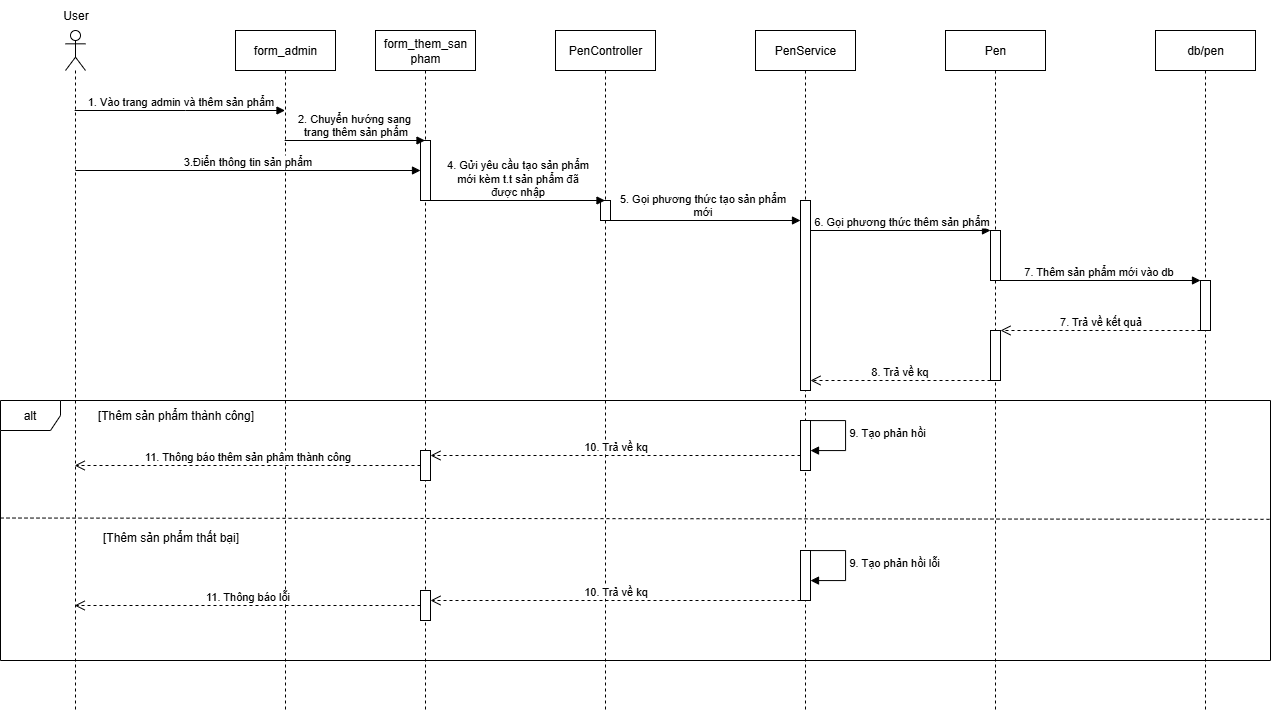
Before: themsp_sequence.drawio.png, a diagram exported from draw.io (huyga1185/but). Source tidied: cells renumbered, new cells last; positions are measured from the earlier drawing's top-left corner, leaving out a move shared by most shapes. Its diagram source:
```xml
<mxGraphModel>
  <root>
    <mxCell id="0" />
    <mxCell id="1" parent="0" />
    <mxCell id="2" style="shape=umlLifeline;perimeter=lifelinePerimeter;whiteSpace=wrap;html=1;outlineConnect=0;portConstraint=eastwest;newEdgeStyle={&quot;curved&quot;:0,&quot;rounded&quot;:0};participant=umlActor;" parent="1" vertex="1">
      <mxGeometry x="65" y="30" width="20" height="680" as="geometry" />
    </mxCell>
    <mxCell id="3" value="form_them_san&lt;br&gt;pham" style="shape=umlLifeline;perimeter=lifelinePerimeter;whiteSpace=wrap;html=1;newEdgeStyle={&quot;curved&quot;:0,&quot;rounded&quot;:0};" parent="1" vertex="1">
      <mxGeometry x="375" y="30" width="100" height="680" as="geometry" />
    </mxCell>
    <mxCell id="4" style="html=1;perimeter=orthogonalPerimeter;targetShapes=umlLifeline;newEdgeStyle={&quot;curved&quot;:0,&quot;rounded&quot;:0};" parent="3" vertex="1">
      <mxGeometry x="45" y="110" width="10" height="60" as="geometry" />
    </mxCell>
    <mxCell id="5" style="html=1;points=[[0,0,0,0,5],[0,1,0,0,-5],[1,0,0,0,5],[1,1,0,0,-5]];perimeter=orthogonalPerimeter;outlineConnect=0;targetShapes=umlLifeline;portConstraint=eastwest;newEdgeStyle={&quot;curved&quot;:0,&quot;rounded&quot;:0};" parent="3" vertex="1">
      <mxGeometry x="45" y="420" width="10" height="30" as="geometry" />
    </mxCell>
    <mxCell id="6" style="html=1;points=[[0,0,0,0,5],[0,1,0,0,-5],[1,0,0,0,5],[1,1,0,0,-5]];perimeter=orthogonalPerimeter;outlineConnect=0;targetShapes=umlLifeline;portConstraint=eastwest;newEdgeStyle={&quot;curved&quot;:0,&quot;rounded&quot;:0};" parent="3" vertex="1">
      <mxGeometry x="45" y="560" width="10" height="30" as="geometry" />
    </mxCell>
    <mxCell id="7" value="PenController" style="shape=umlLifeline;perimeter=lifelinePerimeter;whiteSpace=wrap;html=1;newEdgeStyle={&quot;curved&quot;:0,&quot;rounded&quot;:0};" parent="1" vertex="1">
      <mxGeometry x="555" y="30" width="100" height="680" as="geometry" />
    </mxCell>
    <mxCell id="8" style="html=1;perimeter=orthogonalPerimeter;targetShapes=umlLifeline;newEdgeStyle={&quot;curved&quot;:0,&quot;rounded&quot;:0};" parent="7" vertex="1">
      <mxGeometry x="45" y="170" width="10" height="20" as="geometry" />
    </mxCell>
    <mxCell id="9" value="Pen" style="shape=umlLifeline;perimeter=lifelinePerimeter;whiteSpace=wrap;html=1;newEdgeStyle={&quot;curved&quot;:0,&quot;rounded&quot;:0};" parent="1" vertex="1">
      <mxGeometry x="945" y="30" width="100" height="680" as="geometry" />
    </mxCell>
    <mxCell id="10" style="html=1;perimeter=orthogonalPerimeter;targetShapes=umlLifeline;newEdgeStyle={&quot;curved&quot;:0,&quot;rounded&quot;:0};" parent="9" vertex="1">
      <mxGeometry x="45" y="200" width="10" height="50" as="geometry" />
    </mxCell>
    <mxCell id="11" style="html=1;points=[[0,0,0,0,5],[0,1,0,0,-5],[1,0,0,0,5],[1,1,0,0,-5]];perimeter=orthogonalPerimeter;outlineConnect=0;targetShapes=umlLifeline;portConstraint=eastwest;newEdgeStyle={&quot;curved&quot;:0,&quot;rounded&quot;:0};" parent="9" vertex="1">
      <mxGeometry x="45" y="300" width="10" height="50" as="geometry" />
    </mxCell>
    <mxCell id="12" value="db/pen" style="shape=umlLifeline;perimeter=lifelinePerimeter;whiteSpace=wrap;html=1;newEdgeStyle={&quot;curved&quot;:0,&quot;rounded&quot;:0};" parent="1" vertex="1">
      <mxGeometry x="1155" y="30" width="100" height="680" as="geometry" />
    </mxCell>
    <mxCell id="13" style="html=1;points=[[0,0,0,0,5],[0,1,0,0,-5],[1,0,0,0,5],[1,1,0,0,-5]];perimeter=orthogonalPerimeter;outlineConnect=0;targetShapes=umlLifeline;portConstraint=eastwest;newEdgeStyle={&quot;curved&quot;:0,&quot;rounded&quot;:0};" parent="12" vertex="1">
      <mxGeometry x="45" y="250" width="10" height="50" as="geometry" />
    </mxCell>
    <mxCell id="14" value="User" style="text;html=1;align=center;verticalAlign=middle;strokeColor=none;fillColor=none;" parent="1" vertex="1">
      <mxGeometry x="50" width="50" height="30" as="geometry" />
    </mxCell>
    <mxCell id="15" value="&lt;font face=&quot;Helvetica&quot;&gt;1. Vào trang admin và thêm sản phẩm&lt;/font&gt;" style="html=1;verticalAlign=bottom;endArrow=block;curved=0;rounded=0;" parent="1" edge="1" source="2" target="17">
      <mxGeometry relative="1" as="geometry">
        <Array as="points">
          <mxPoint x="185" y="110" />
        </Array>
      </mxGeometry>
    </mxCell>
    <mxCell id="16" value="4. Gửi yêu cầu tạo sản phẩm&lt;br&gt;mới kèm t.t sản phẩm đã&lt;br&gt;được nhập" style="html=1;verticalAlign=bottom;endArrow=block;curved=0;rounded=0;" parent="1" edge="1">
      <mxGeometry relative="1" as="geometry">
        <mxPoint x="430" y="200" as="sourcePoint" />
        <mxPoint x="604.5" y="200" as="targetPoint" />
      </mxGeometry>
    </mxCell>
    <mxCell id="17" value="form_admin" style="shape=umlLifeline;perimeter=lifelinePerimeter;whiteSpace=wrap;html=1;outlineConnect=0;portConstraint=eastwest;newEdgeStyle={&quot;curved&quot;:0,&quot;rounded&quot;:0};" parent="1" vertex="1">
      <mxGeometry x="235" y="30" width="100" height="680" as="geometry" />
    </mxCell>
    <mxCell id="18" value="2. Chuyển hướng sang&amp;nbsp;&lt;br&gt;trang thêm sản phẩm" style="html=1;verticalAlign=bottom;endArrow=block;curved=0;rounded=0;" parent="1" edge="1" source="17">
      <mxGeometry relative="1" as="geometry">
        <mxPoint x="424.5" y="140" as="targetPoint" />
      </mxGeometry>
    </mxCell>
    <mxCell id="19" value="5. Gọi phương thức tạo sản phẩm&lt;br&gt;mới" style="html=1;verticalAlign=bottom;endArrow=block;curved=0;rounded=0;" parent="1" edge="1">
      <mxGeometry relative="1" as="geometry">
        <mxPoint x="604.9" y="220" as="sourcePoint" />
        <mxPoint x="800" y="220" as="targetPoint" />
      </mxGeometry>
    </mxCell>
    <mxCell id="20" value="7. Thêm sản phẩm mới vào db" style="html=1;verticalAlign=bottom;endArrow=block;curved=0;rounded=0;" parent="1" edge="1" target="13">
      <mxGeometry relative="1" as="geometry">
        <mxPoint x="995" y="280" as="sourcePoint" />
      </mxGeometry>
    </mxCell>
    <mxCell id="21" value="7. Trả về kết quả" style="html=1;verticalAlign=bottom;endArrow=open;dashed=1;endSize=8;curved=0;rounded=0;" parent="1" edge="1" source="13" target="11">
      <mxGeometry relative="1" as="geometry" />
    </mxCell>
    <mxCell id="22" value="PenService" style="shape=umlLifeline;perimeter=lifelinePerimeter;whiteSpace=wrap;html=1;newEdgeStyle={&quot;curved&quot;:0,&quot;rounded&quot;:0};" parent="1" vertex="1">
      <mxGeometry x="755" y="30" width="100" height="680" as="geometry" />
    </mxCell>
    <mxCell id="23" style="html=1;perimeter=orthogonalPerimeter;targetShapes=umlLifeline;newEdgeStyle={&quot;curved&quot;:0,&quot;rounded&quot;:0};" parent="22" vertex="1">
      <mxGeometry x="45" y="170" width="10" height="190" as="geometry" />
    </mxCell>
    <mxCell id="24" value="9. Tạo phản hồi" style="html=1;align=left;spacingLeft=2;endArrow=block;rounded=0;edgeStyle=orthogonalEdgeStyle;curved=0;rounded=0;exitX=1;exitY=0;exitDx=0;exitDy=5;exitPerimeter=0;" parent="22" edge="1" source="25" target="25">
      <mxGeometry relative="1" as="geometry">
        <Array as="points">
          <mxPoint x="55" y="390" />
          <mxPoint x="90" y="390" />
          <mxPoint x="90" y="420" />
        </Array>
      </mxGeometry>
    </mxCell>
    <mxCell id="25" style="html=1;points=[[0,0,0,0,5],[0,1,0,0,-5],[1,0,0,0,5],[1,1,0,0,-5]];perimeter=orthogonalPerimeter;outlineConnect=0;targetShapes=umlLifeline;portConstraint=eastwest;newEdgeStyle={&quot;curved&quot;:0,&quot;rounded&quot;:0};" parent="22" vertex="1">
      <mxGeometry x="45" y="390" width="10" height="50" as="geometry" />
    </mxCell>
    <mxCell id="26" value="9. Tạo phản hồi lỗi" style="html=1;align=left;spacingLeft=2;endArrow=block;rounded=0;edgeStyle=orthogonalEdgeStyle;curved=0;rounded=0;exitX=1;exitY=0;exitDx=0;exitDy=5;exitPerimeter=0;" parent="22" edge="1" source="27" target="27">
      <mxGeometry relative="1" as="geometry">
        <Array as="points">
          <mxPoint x="55" y="520" />
          <mxPoint x="90" y="520" />
          <mxPoint x="90" y="550" />
        </Array>
      </mxGeometry>
    </mxCell>
    <mxCell id="27" style="html=1;points=[[0,0,0,0,5],[0,1,0,0,-5],[1,0,0,0,5],[1,1,0,0,-5]];perimeter=orthogonalPerimeter;outlineConnect=0;targetShapes=umlLifeline;portConstraint=eastwest;newEdgeStyle={&quot;curved&quot;:0,&quot;rounded&quot;:0};" parent="22" vertex="1">
      <mxGeometry x="45" y="520" width="10" height="50" as="geometry" />
    </mxCell>
    <mxCell id="28" value="6. Gọi phương thức thêm sản phẩm" style="html=1;verticalAlign=bottom;endArrow=block;curved=0;rounded=0;" parent="1" edge="1">
      <mxGeometry relative="1" as="geometry">
        <mxPoint x="810" y="230" as="sourcePoint" />
        <mxPoint x="990" y="230" as="targetPoint" />
      </mxGeometry>
    </mxCell>
    <mxCell id="29" value="8. Trả về kq" style="html=1;verticalAlign=bottom;endArrow=open;dashed=1;endSize=8;curved=0;rounded=0;" parent="1" edge="1" source="11">
      <mxGeometry relative="1" as="geometry">
        <mxPoint x="810" y="380" as="targetPoint" />
      </mxGeometry>
    </mxCell>
    <mxCell id="30" value="10. Trả về kq" style="html=1;verticalAlign=bottom;endArrow=open;dashed=1;endSize=8;curved=0;rounded=0;entryX=1;entryY=0;entryDx=0;entryDy=5;entryPerimeter=0;" parent="1" edge="1" source="25" target="5">
      <mxGeometry relative="1" as="geometry" />
    </mxCell>
    <mxCell id="31" value="11. Thông báo thêm sản phâm thành công" style="html=1;verticalAlign=bottom;endArrow=open;dashed=1;endSize=8;curved=0;rounded=0;" parent="1" edge="1" source="5" target="2">
      <mxGeometry relative="1" as="geometry" />
    </mxCell>
    <mxCell id="32" value="3.Điển thông tin sản phẩm" style="html=1;verticalAlign=bottom;endArrow=block;curved=0;rounded=0;" parent="1" edge="1">
      <mxGeometry relative="1" as="geometry">
        <mxPoint x="74.9" y="170" as="sourcePoint" />
        <mxPoint x="420" y="170" as="targetPoint" />
      </mxGeometry>
    </mxCell>
    <mxCell id="33" value="alt" style="shape=umlFrame;whiteSpace=wrap;html=1;" parent="1" vertex="1">
      <mxGeometry y="400" width="1270" height="260" as="geometry" />
    </mxCell>
    <mxCell id="34" value="[Thêm sản phẩm thành công]" style="text;html=1;align=center;verticalAlign=middle;strokeColor=none;fillColor=none;" parent="1" vertex="1">
      <mxGeometry x="85" y="400" width="180" height="30" as="geometry" />
    </mxCell>
    <mxCell id="35" style="endArrow=none;dashed=1;html=1;rounded=0;exitX=0;exitY=0.452;exitDx=0;exitDy=0;exitPerimeter=0;entryX=1.001;entryY=0.457;entryDx=0;entryDy=0;entryPerimeter=0;" parent="1" edge="1" source="33" target="33">
      <mxGeometry relative="1" as="geometry" />
    </mxCell>
    <mxCell id="36" value="[Thêm sản phẩm thất bại]" style="text;html=1;align=center;verticalAlign=middle;strokeColor=none;fillColor=none;" parent="1" vertex="1">
      <mxGeometry x="90" y="522" width="160" height="30" as="geometry" />
    </mxCell>
    <mxCell id="37" value="10. Trả về kq" style="html=1;verticalAlign=bottom;endArrow=open;dashed=1;endSize=8;curved=0;rounded=0;entryX=1;entryY=0;entryDx=0;entryDy=5;entryPerimeter=0;" parent="1" edge="1">
      <mxGeometry relative="1" as="geometry">
        <mxPoint x="800" y="600" as="sourcePoint" />
        <mxPoint x="430" y="600" as="targetPoint" />
      </mxGeometry>
    </mxCell>
    <mxCell id="38" value="11. Thông báo lỗi" style="html=1;verticalAlign=bottom;endArrow=open;dashed=1;endSize=8;curved=0;rounded=0;" parent="1" edge="1" source="6" target="2">
      <mxGeometry relative="1" as="geometry" />
    </mxCell>
  </root>
</mxGraphModel>
```
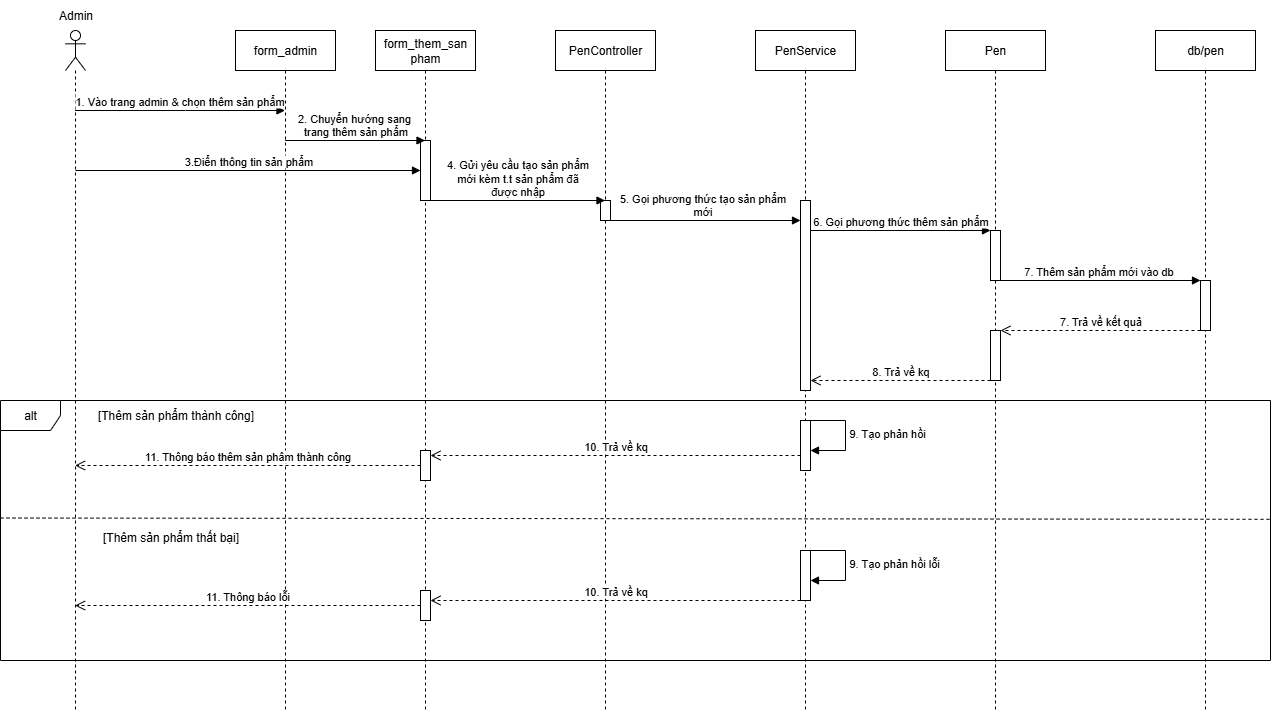
After the change.

Diff of the diagram source:
```diff
@@ -38,10 +38,10 @@
     <mxCell id="13" style="html=1;points=[[0,0,0,0,5],[0,1,0,0,-5],[1,0,0,0,5],[1,1,0,0,-5]];perimeter=orthogonalPerimeter;outlineConnect=0;targetShapes=umlLifeline;portConstraint=eastwest;newEdgeStyle={&quot;curved&quot;:0,&quot;rounded&quot;:0};" parent="12" vertex="1">
       <mxGeometry x="45" y="250" width="10" height="50" as="geometry" />
     </mxCell>
-    <mxCell id="14" value="User" style="text;html=1;align=center;verticalAlign=middle;strokeColor=none;fillColor=none;" parent="1" vertex="1">
-      <mxGeometry x="50" width="50" height="30" as="geometry" />
+    <mxCell id="14" value="Admin" style="text;html=1;align=center;verticalAlign=middle;strokeColor=none;fillColor=none;" parent="1" vertex="1">
+      <mxGeometry x="45" width="60" height="30" as="geometry" />
     </mxCell>
-    <mxCell id="15" value="&lt;font face=&quot;Helvetica&quot;&gt;1. Vào trang admin và thêm sản phẩm&lt;/font&gt;" style="html=1;verticalAlign=bottom;endArrow=block;curved=0;rounded=0;" parent="1" edge="1" source="2" target="17">
+    <mxCell id="15" value="&lt;font face=&quot;Helvetica&quot;&gt;1. Vào trang admin &amp;amp; chọn thêm sản phẩm&lt;/font&gt;" style="html=1;verticalAlign=bottom;endArrow=block;curved=0;rounded=0;" parent="1" edge="1" source="2" target="17">
       <mxGeometry relative="1" as="geometry">
         <Array as="points">
           <mxPoint x="185" y="110" />
```
